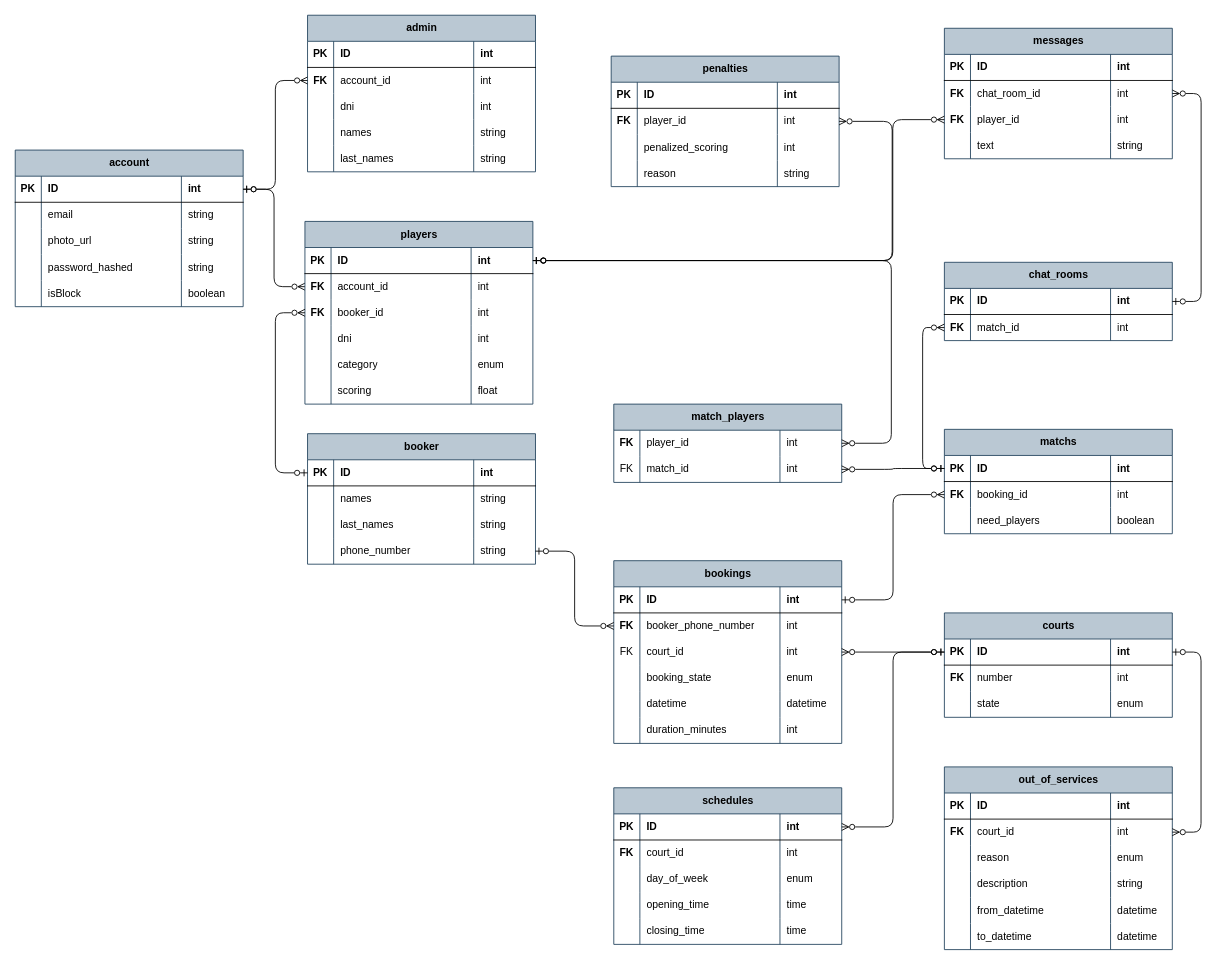
Above: docs/der/DER Padel Quento.drawio in JoacoMazza/padel-quento (draw.io), before the change. Source tidied: cells renumbered, new cells numbered last; positions are measured from the earlier drawing's top-left corner, leaving out a move shared by most shapes. Both pictures are drawn from the tidied source at 87%, with x=0, y=0 at pixel (15, 15).
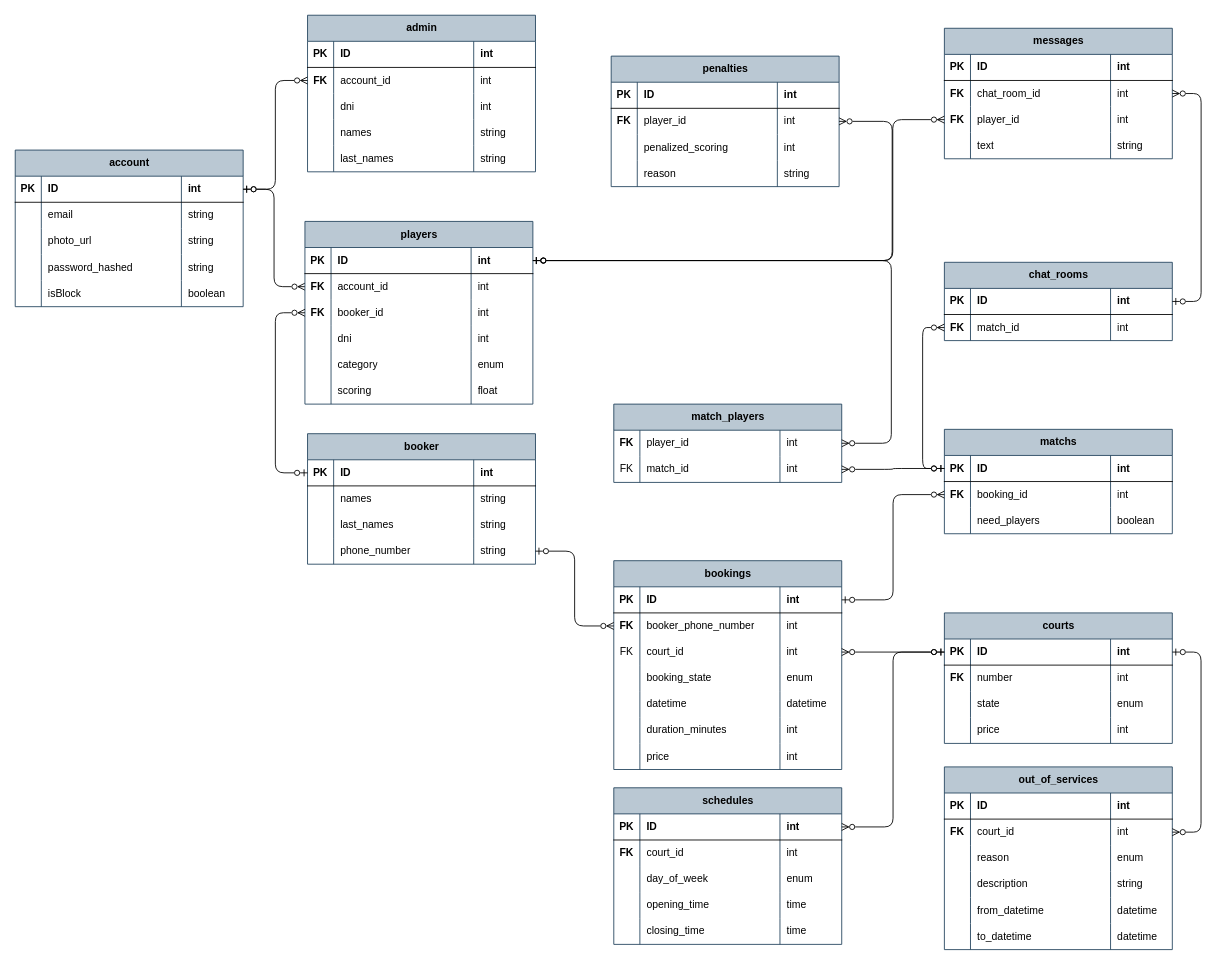
Above is the later version.

What changed in the source:
```diff
@@
     <mxCell id="66" value="courts" style="shape=table;startSize=30;childLayout=tableLayout;rowLines=0;fontStyle=1;align=center;html=1;fillColor=#bac8d3;strokeColor=#23445d;" parent="1" vertex="1">
-      <mxGeometry x="1068" y="687" width="262" height="120" as="geometry" />
+      <mxGeometry x="1068" y="687" width="262" height="150" as="geometry" />
     </mxCell>
@@
+    <mxCell id="249" style="shape=tableRow;horizontal=0;startSize=0;swimlaneHead=0;swimlaneBody=0;fillColor=none;top=0;left=0;right=0;bottom=0;" parent="66" vertex="1">
+      <mxGeometry y="120" width="262" height="30" as="geometry" />
+    </mxCell>
+    <mxCell id="250" style="shape=partialRectangle;fillColor=none;top=0;left=0;bottom=0;right=0;overflow=hidden;whiteSpace=wrap;html=1;" parent="249" vertex="1">
+      <mxGeometry width="30" height="30" as="geometry" />
+    </mxCell>
+    <mxCell id="251" value="price" style="shape=partialRectangle;fillColor=none;top=0;left=0;bottom=0;right=0;align=left;spacingLeft=6;overflow=hidden;whiteSpace=wrap;html=1;" parent="249" vertex="1">
+      <mxGeometry x="30" width="161" height="30" as="geometry" />
+    </mxCell>
+    <mxCell id="252" value="int" style="shape=partialRectangle;fillColor=none;top=0;left=0;bottom=0;right=0;align=left;spacingLeft=6;overflow=hidden;whiteSpace=wrap;html=1;" parent="249" vertex="1">
+      <mxGeometry x="191" width="71" height="30" as="geometry" />
+    </mxCell>
@@
     <mxCell id="125" value="bookings" style="shape=table;startSize=30;childLayout=tableLayout;rowLines=0;fontStyle=1;align=center;html=1;fillColor=#bac8d3;strokeColor=#23445d;" parent="1" vertex="1">
-      <mxGeometry x="688" y="627" width="262" height="210" as="geometry" />
+      <mxGeometry x="688" y="627" width="262" height="240" as="geometry" />
     </mxCell>
@@
+    <mxCell id="253" style="shape=tableRow;horizontal=0;startSize=0;swimlaneHead=0;swimlaneBody=0;fillColor=none;top=0;left=0;right=0;bottom=0;" parent="125" vertex="1">
+      <mxGeometry y="210" width="262" height="30" as="geometry" />
+    </mxCell>
+    <mxCell id="254" style="shape=partialRectangle;fillColor=none;top=0;left=0;bottom=0;right=0;overflow=hidden;whiteSpace=wrap;html=1;" parent="253" vertex="1">
+      <mxGeometry width="30" height="30" as="geometry" />
+    </mxCell>
+    <mxCell id="255" value="price" style="shape=partialRectangle;fillColor=none;top=0;left=0;bottom=0;right=0;align=left;spacingLeft=6;overflow=hidden;whiteSpace=wrap;html=1;" parent="253" vertex="1">
+      <mxGeometry x="30" width="161" height="30" as="geometry" />
+    </mxCell>
+    <mxCell id="256" value="int" style="shape=partialRectangle;fillColor=none;top=0;left=0;bottom=0;right=0;align=left;spacingLeft=6;overflow=hidden;whiteSpace=wrap;html=1;" parent="253" vertex="1">
+      <mxGeometry x="191" width="71" height="30" as="geometry" />
+    </mxCell>
```
